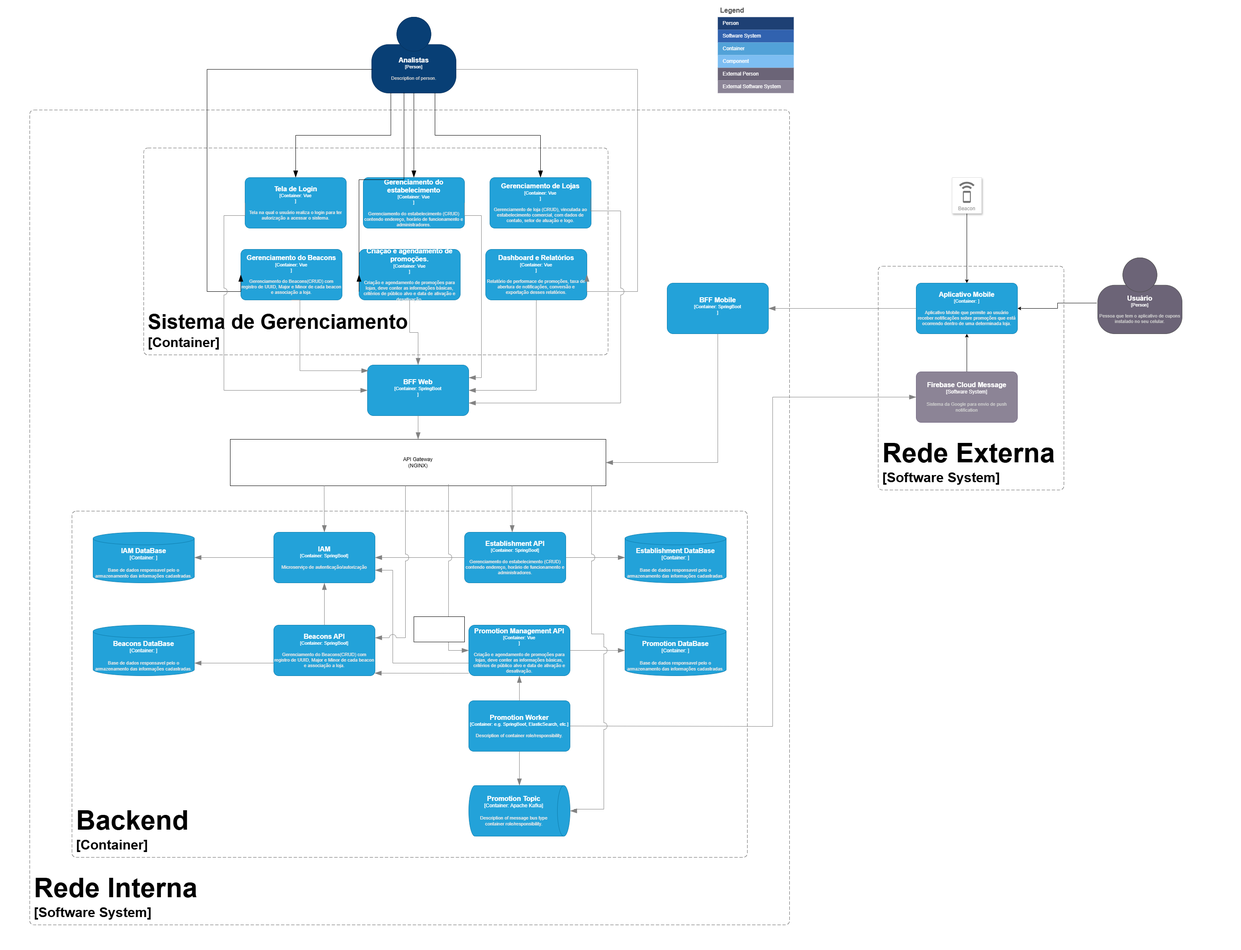
This is arquitetura-container.png from dickson-souza-projects/arq-soft-distrib-puc-minas-2025-java, a draw.io export, as it was before one commit. Source tidied: cells renumbered, new cells last; positions are measured from the earlier drawing's top-left corner, leaving out a move shared by most shapes.
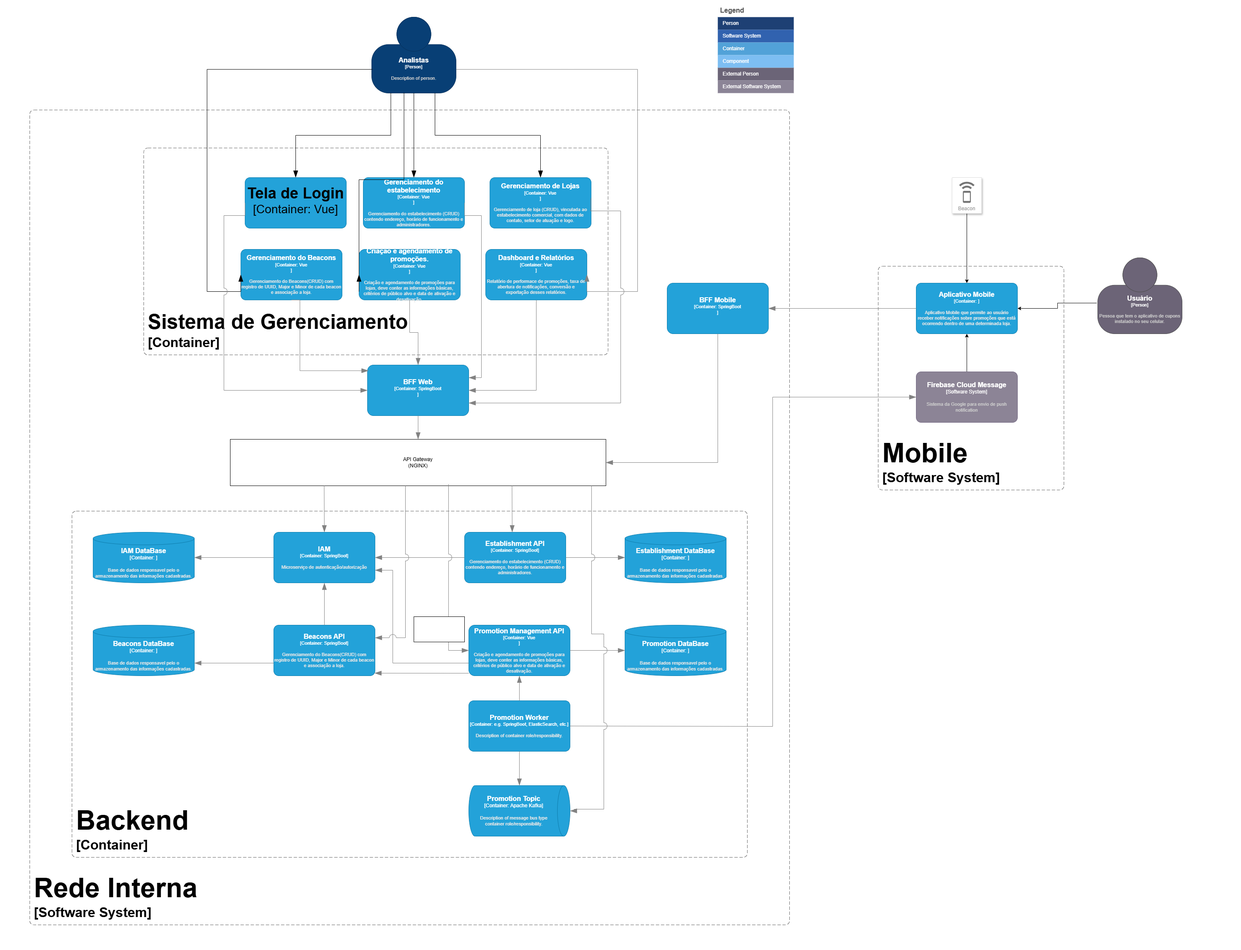
After the change.

Diff of the diagram source:
```diff
@@ -36,7 +36,7 @@
         <mxGeometry x="2170" y="670" width="240" height="120" as="geometry" />
       </mxCell>
     </object>
-    <object id="10" label="&lt;div style=&quot;text-align: left&quot;&gt;&lt;font style=&quot;font-size: 64px&quot;&gt;&lt;b&gt;&lt;font color=&quot;#000000&quot;&gt;%c4Name%&lt;/font&gt;&lt;/div&gt;&lt;/font&gt;&lt;div style=&quot;text-align: left&quot;&gt;&lt;font style=&quot;font-size: 32px&quot;&gt;&lt;font color=&quot;#000000&quot;&gt;[%c4Application%]&lt;/font&gt;&lt;/font&gt;&lt;/div&gt;" c4Application="Software System" c4Name="Rede Externa" c4Type="SystemScopeBoundary" placeholders="1">
+    <object id="10" label="&lt;div style=&quot;text-align: left&quot;&gt;&lt;font style=&quot;font-size: 64px&quot;&gt;&lt;b&gt;&lt;font color=&quot;#000000&quot;&gt;%c4Name%&lt;/font&gt;&lt;/div&gt;&lt;/font&gt;&lt;div style=&quot;text-align: left&quot;&gt;&lt;font style=&quot;font-size: 32px&quot;&gt;&lt;font color=&quot;#000000&quot;&gt;[%c4Application%]&lt;/font&gt;&lt;/font&gt;&lt;/div&gt;" c4Application="Software System" c4Name="Mobile" c4Type="SystemScopeBoundary" placeholders="1">
       <mxCell style="rounded=1;fontSize=11;whiteSpace=wrap;html=1;dashed=1;arcSize=20;fillColor=none;strokeColor=#666666;fontColor=#333333;labelBackgroundColor=none;align=left;verticalAlign=bottom;labelBorderColor=none;spacingTop=0;spacing=10;dashPattern=8 4;perimeter=rectanglePerimeter;noLabel=0;labelPadding=0;absoluteArcSize=1;" parent="1" vertex="1">
         <mxGeometry x="2080" y="630" width="440" height="530" as="geometry" />
       </mxCell>
@@ -49,7 +49,7 @@
         <mxGeometry x="340" y="350" width="1100" height="490" as="geometry" />
       </mxCell>
     </object>
-    <object id="13" label="&lt;font style=&quot;font-size: 16px&quot;&gt;&lt;b&gt;%c4Name%&lt;/b&gt;&lt;/font&gt;&lt;div&gt;[%c4Type%: %c4Technology%]&lt;/div&gt;&lt;br&gt;&lt;div&gt;&lt;font style=&quot;font-size: 11px&quot;&gt;&lt;font color=&quot;#E6E6E6&quot;&gt;%c4Description%&lt;/font&gt;&lt;/div&gt;" c4Description="Tela na qual o usuário realiza o login para ter autorização a acessar o sistema." c4Name="Tela de Login" c4Technology="Vue&#10;" c4Type="Container" placeholders="1">
+    <object id="13" label="&lt;font style=&quot;font-size: 36px&quot;&gt;&lt;b&gt;&lt;font color=&quot;#000000&quot;&gt;%c4Name%&lt;/font&gt;&lt;/b&gt;&lt;/font&gt;&lt;div&gt;&lt;font style=&quot;font-size: 28px&quot;&gt;&lt;font color=&quot;#000000&quot;&gt;[%c4Type%: %c4Technology%]&lt;/font&gt;&lt;/font&gt;&lt;/div&gt;&lt;br&gt;&lt;div&gt;&lt;font style=&quot;font-size: 11px&quot;&gt;&lt;font color=&quot;#00000&quot;&gt;%c4Description%&lt;/font&gt;&lt;/font&gt;&lt;/div&gt;" c4Description="" c4Name="Tela de Login" c4Technology="Vue" c4Type="Container" placeholders="1">
       <mxCell style="rounded=1;whiteSpace=wrap;html=1;fontSize=11;labelBackgroundColor=none;fillColor=#23A2D9;fontColor=#ffffff;align=center;arcSize=10;strokeColor=#0E7DAD;points=[[0.25,0,0],[0.5,0,0],[0.75,0,0],[1,0.25,0],[1,0.5,0],[1,0.75,0],[0.75,1,0],[0.5,1,0],[0.25,1,0],[0,0.75,0],[0,0.5,0],[0,0.25,0]];" parent="1" vertex="1">
         <mxGeometry x="580" y="420" width="240" height="120" as="geometry" />
       </mxCell>
```
